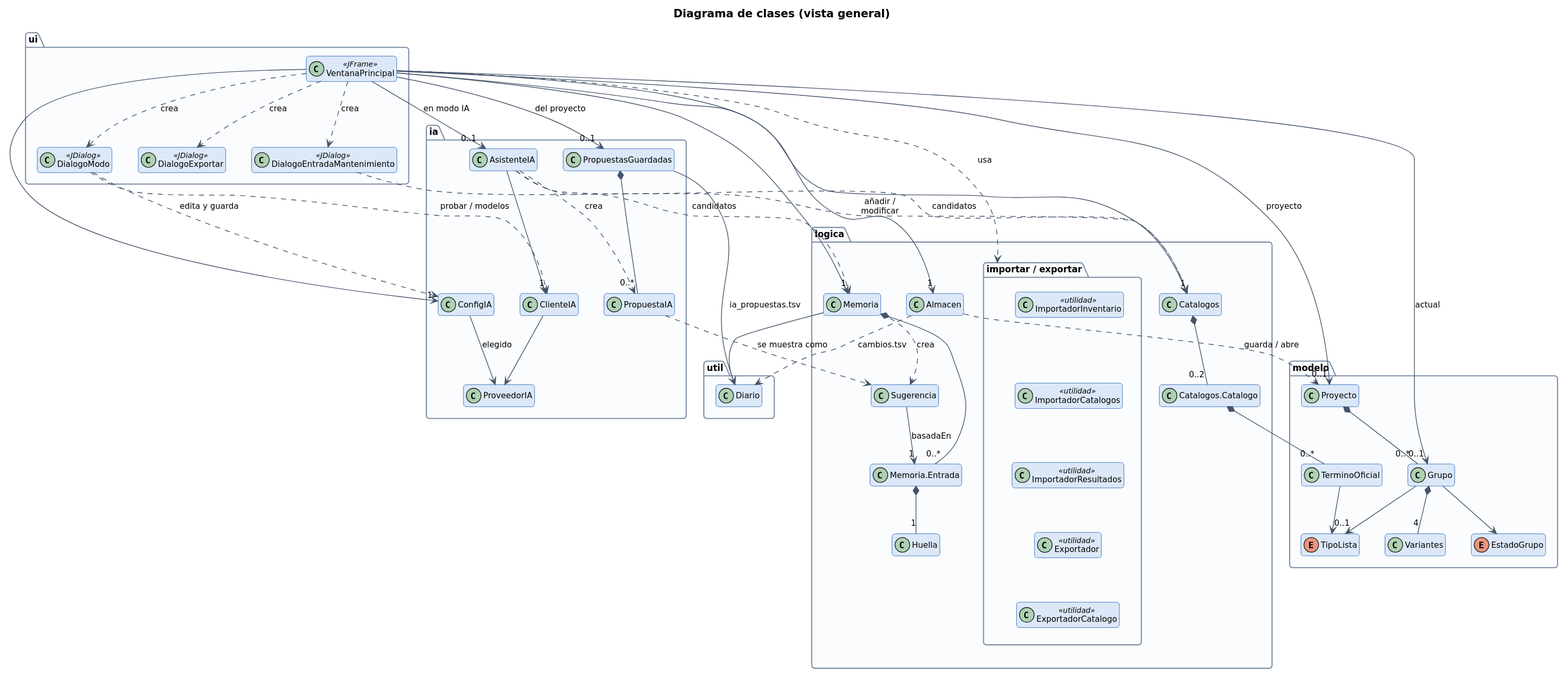
The PlantUML diagram documentacion/diagramas-uml/d03_clases_global.svg in JuanAnanin/catalogador-inventario, before a commit. Its diagram source:
```plantuml
@startuml
!include estilo.iuml
title Diagrama de clases (vista general)
hide empty members
package ui {
  class VentanaPrincipal <<JFrame>>
  class DialogoEntradaMantenimiento <<JDialog>>
  class DialogoExportar <<JDialog>>
  class DialogoModo <<JDialog>>
}
package ia {
  class ConfigIA
  class ProveedorIA
  class ClienteIA
  class AsistenteIA
  class PropuestaIA
  class PropuestasGuardadas
}
package logica {
  package "importar / exportar" as IE {
    class ImportadorInventario <<utilidad>>
    class ImportadorCatalogos <<utilidad>>
    class ImportadorResultados <<utilidad>>
    class Exportador <<utilidad>>
    class ExportadorCatalogo <<utilidad>>
  }
  class Catalogos
  class "Catalogos.Catalogo" as Catalogo
  class Memoria
  class "Memoria.Entrada" as Entrada
  class Huella
  class Sugerencia
  class Almacen
}
package modelo {
  class Proyecto
  class Grupo
  class Variantes
  class TerminoOficial
  enum TipoLista
  enum EstadoGrupo
}
package util {
  class Diario
}
ImportadorInventario -[hidden]down- ImportadorCatalogos
ImportadorCatalogos -[hidden]down- ImportadorResultados
ImportadorResultados -[hidden]down- Exportador
Exportador -[hidden]down- ExportadorCatalogo
VentanaPrincipal --> "1" Almacen
VentanaPrincipal --> "1" Catalogos
VentanaPrincipal --> "1" Memoria
VentanaPrincipal --> "0..1" Proyecto : proyecto
VentanaPrincipal --> "0..1" Grupo : actual
VentanaPrincipal ..> DialogoEntradaMantenimiento : crea
VentanaPrincipal ..> DialogoExportar : crea
VentanaPrincipal ..> DialogoModo : crea
VentanaPrincipal --> "1" ConfigIA
VentanaPrincipal --> "0..1" AsistenteIA : en modo IA
VentanaPrincipal --> "0..1" PropuestasGuardadas : del proyecto
DialogoModo ..> ConfigIA : edita y guarda
DialogoModo ..> ClienteIA : probar / modelos
ConfigIA --> ProveedorIA : elegido
AsistenteIA --> "1" ClienteIA
AsistenteIA ..> Catalogos : candidatos
AsistenteIA ..> Memoria : candidatos
AsistenteIA ..> PropuestaIA : crea
ClienteIA --> ProveedorIA
PropuestasGuardadas *-- "0..*" PropuestaIA
PropuestasGuardadas --> Diario : ia_propuestas.tsv
PropuestaIA ..> Sugerencia : se muestra como
VentanaPrincipal ..> IE : usa
DialogoEntradaMantenimiento ..> Catalogos : añadir /\nmodificar
Catalogos *-- "0..2" Catalogo
Catalogo *-- "0..*" TerminoOficial
TerminoOficial --> TipoLista
Memoria *-- "0..*" Entrada
Entrada *-- "1" Huella
Memoria ..> Sugerencia : crea
Memoria --> Diario
Sugerencia --> "1" Entrada : basadaEn
Proyecto *-- "0..*" Grupo
Grupo *-- "4" Variantes
Grupo --> EstadoGrupo
Grupo --> "0..1" TipoLista
Almacen ..> Proyecto : guarda / abre
Almacen ..> Diario : cambios.tsv
@enduml
```
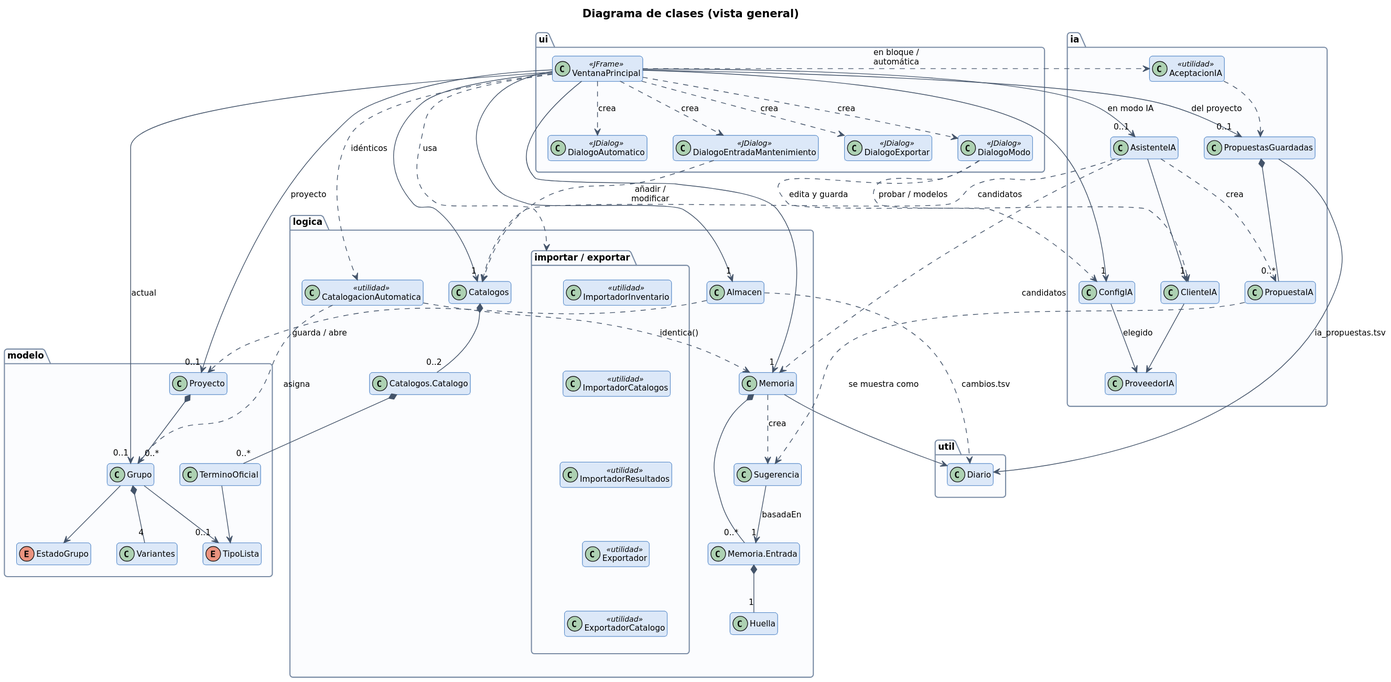
Later version of the same file.

Diff of the diagram source:
```diff
@@ -7,6 +7,7 @@
   class DialogoEntradaMantenimiento <<JDialog>>
   class DialogoExportar <<JDialog>>
   class DialogoModo <<JDialog>>
+  class DialogoAutomatico <<JDialog>>
 }
 package ia {
   class ConfigIA
@@ -15,6 +16,7 @@
   class AsistenteIA
   class PropuestaIA
   class PropuestasGuardadas
+  class AceptacionIA <<utilidad>>
 }
 package logica {
   package "importar / exportar" as IE {
@@ -31,6 +33,7 @@
   class Huella
   class Sugerencia
   class Almacen
+  class CatalogacionAutomatica <<utilidad>>
 }
 package modelo {
   class Proyecto
@@ -55,6 +58,12 @@
 VentanaPrincipal ..> DialogoEntradaMantenimiento : crea
 VentanaPrincipal ..> DialogoExportar : crea
 VentanaPrincipal ..> DialogoModo : crea
+VentanaPrincipal ..> DialogoAutomatico : crea
+VentanaPrincipal ..> CatalogacionAutomatica : idénticos
+VentanaPrincipal ..> AceptacionIA : en bloque /\nautomática
+CatalogacionAutomatica ..> Memoria : identica()
+CatalogacionAutomatica ..> Grupo : asigna
+AceptacionIA ..> PropuestasGuardadas
 VentanaPrincipal --> "1" ConfigIA
 VentanaPrincipal --> "0..1" AsistenteIA : en modo IA
 VentanaPrincipal --> "0..1" PropuestasGuardadas : del proyecto
```
